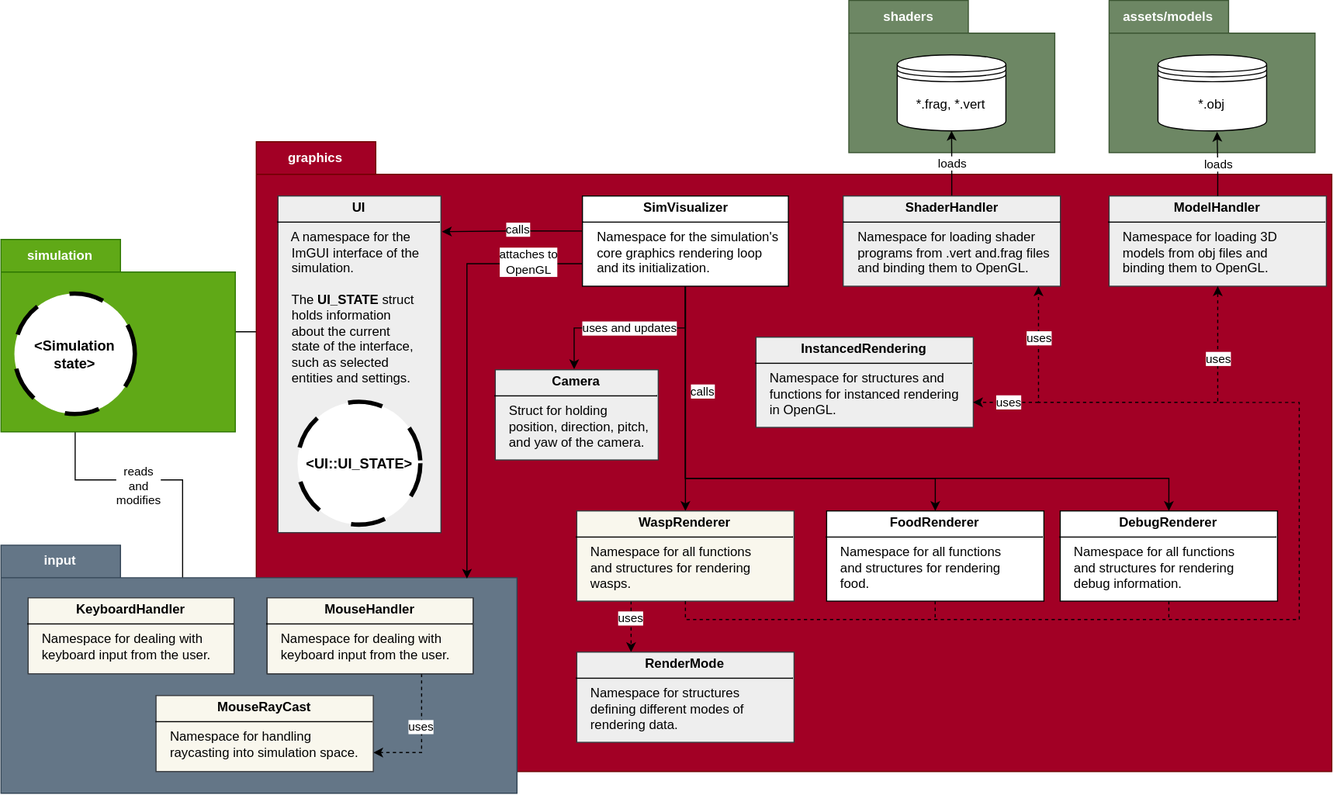
This is docs/img/graphics_architecture.svg from ErikSeewald/Eriks-Wasp-Sim, a draw.io export, as it was before one commit. Source tidied: cells renumbered, new cells last; positions are measured from the earlier drawing's top-left corner, leaving out a move shared by most shapes.
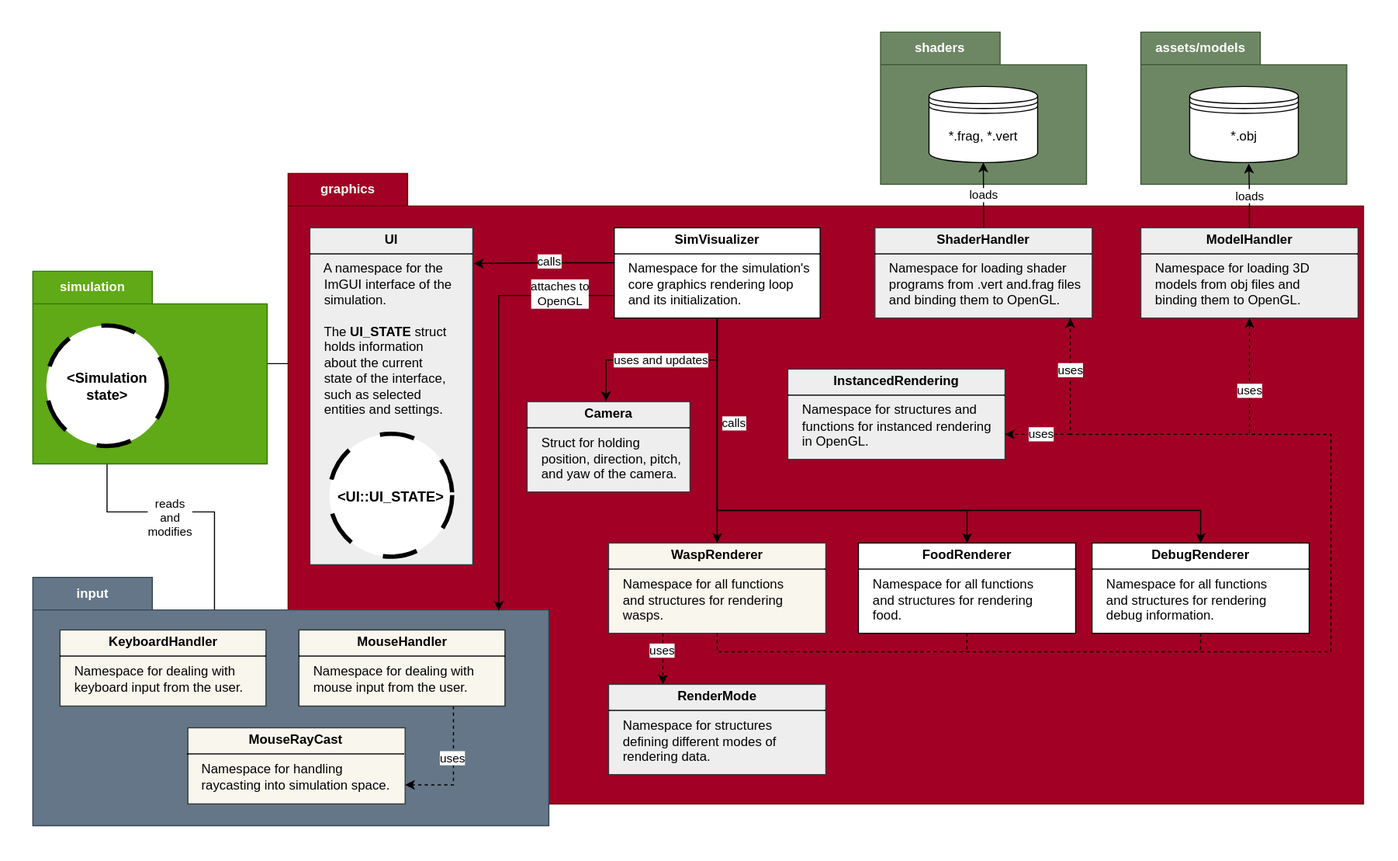
The same file after the commit.

Diff of the diagram source:
```diff
@@ -193,7 +193,7 @@
     <mxCell id="48" value="uses" style="edgeLabel;html=1;align=center;verticalAlign=middle;" parent="47" vertex="1">
       <mxGeometry x="-0.18" y="-1" relative="1" as="geometry" />
     </mxCell>
-    <mxCell id="49" value="&lt;p style=&quot;margin:0px;margin-top:4px;text-align:center;&quot;&gt;&lt;b&gt;MouseHandler&lt;/b&gt;&lt;/p&gt;&lt;hr size=&quot;1&quot; style=&quot;border-style:solid;&quot;&gt;&lt;div style=&quot;height:2px;&quot;&gt;&amp;nbsp; &amp;nbsp; Namespace for dealing with&lt;br&gt;&amp;nbsp; &amp;nbsp; keyboard input from the user.&lt;/div&gt;" style="verticalAlign=top;align=left;overflow=fill;html=1;whiteSpace=wrap;fillColor=#f9f7ed;strokeColor=#36393d;" parent="1" vertex="1">
+    <mxCell id="49" value="&lt;p style=&quot;margin:0px;margin-top:4px;text-align:center;&quot;&gt;&lt;b&gt;MouseHandler&lt;/b&gt;&lt;/p&gt;&lt;hr size=&quot;1&quot; style=&quot;border-style:solid;&quot;&gt;&lt;div style=&quot;height:2px;&quot;&gt;&amp;nbsp; &amp;nbsp; Namespace for dealing with&lt;br&gt;&amp;nbsp; &amp;nbsp; mouse input from the user.&lt;/div&gt;" style="verticalAlign=top;align=left;overflow=fill;html=1;whiteSpace=wrap;fillColor=#f9f7ed;strokeColor=#36393d;" parent="1" vertex="1">
       <mxGeometry x="245" y="550" width="189.6" height="70" as="geometry" />
     </mxCell>
     <mxCell id="50" value="&lt;p style=&quot;margin:0px;margin-top:4px;text-align:center;&quot;&gt;&lt;b&gt;MouseRayCast&lt;/b&gt;&lt;/p&gt;&lt;hr size=&quot;1&quot; style=&quot;border-style:solid;&quot;&gt;&lt;div style=&quot;height:2px;&quot;&gt;&amp;nbsp; &amp;nbsp; Namespace for handling&lt;br&gt;&amp;nbsp; &amp;nbsp; raycasting into simulation space.&lt;/div&gt;" style="verticalAlign=top;align=left;overflow=fill;html=1;whiteSpace=wrap;fillColor=#f9f7ed;strokeColor=#36393d;" parent="1" vertex="1">
```
